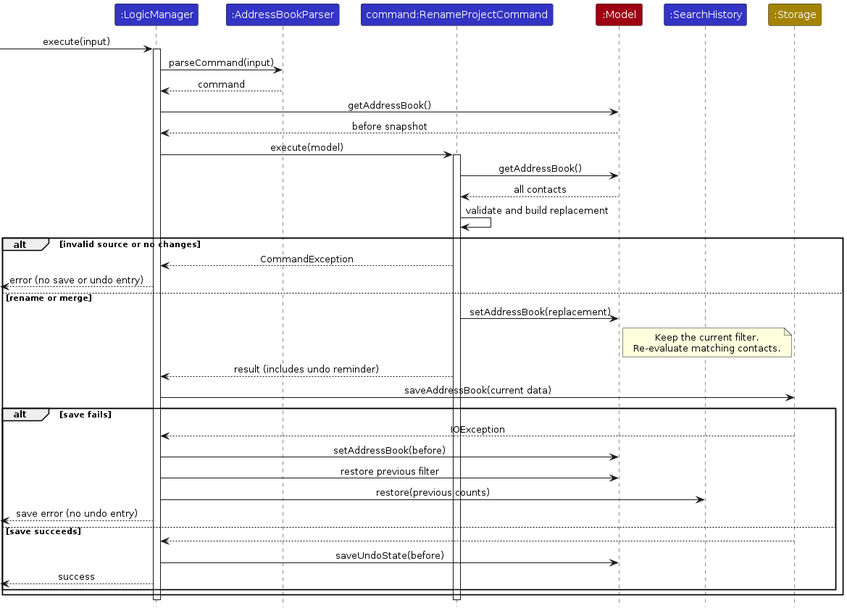
This is diagrams/RenameProjectSequenceDiagram.png from AY2627S1-CS2103T-W14-2/tp, a PlantUML export, as it was before one commit. Its source is kept beside it as diagrams/RenameProjectSequenceDiagram.puml.
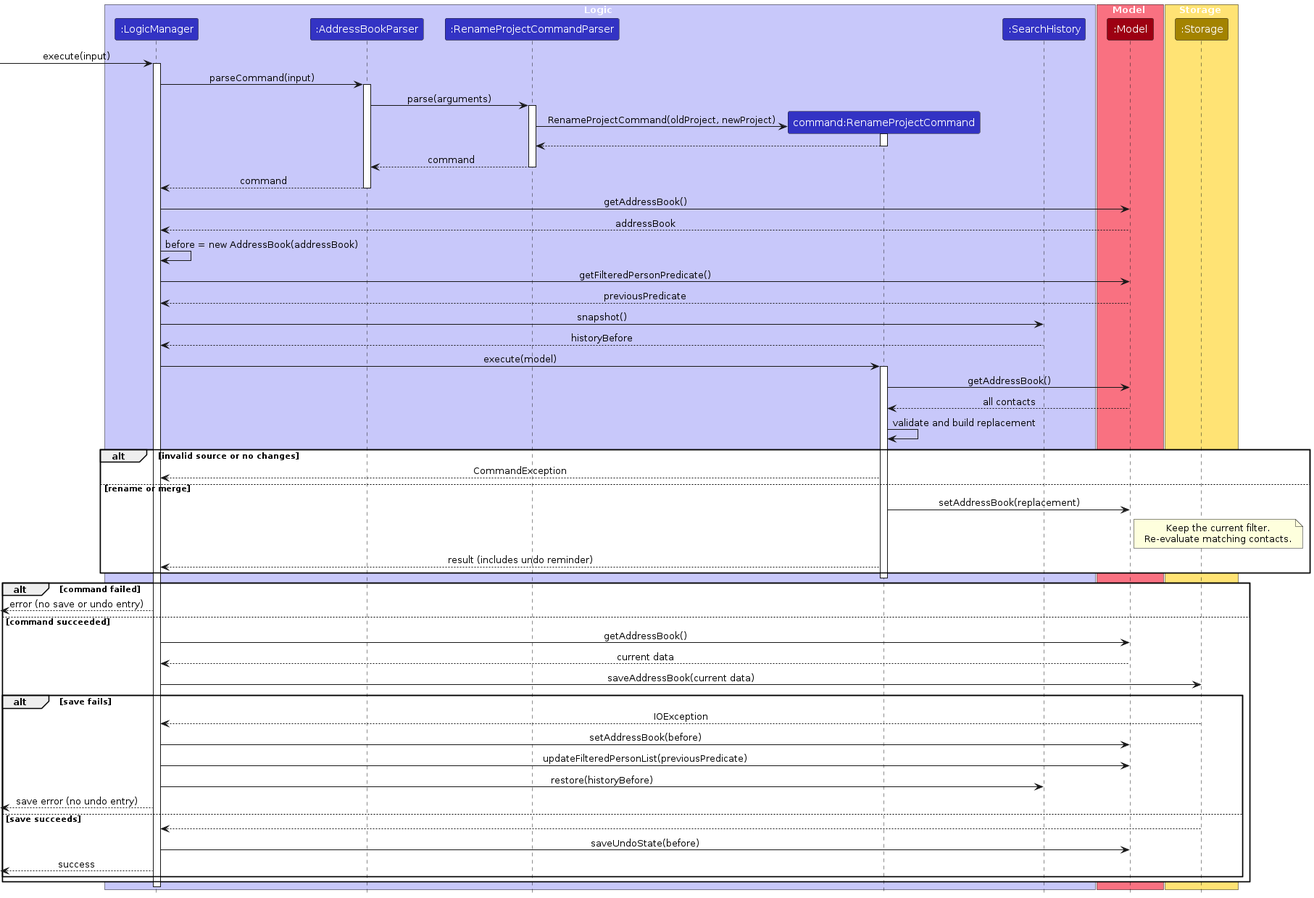
The same diagram one commit later.

Diff of the diagram source:
```diff
@@ -2,19 +2,44 @@
 !include style.puml
 skinparam ArrowFontStyle plain
 
+box Logic LOGIC_COLOR_T1
 participant ":LogicManager" as Logic LOGIC_COLOR
 participant ":AddressBookParser" as Parser LOGIC_COLOR
+participant ":RenameProjectCommandParser" as CommandParser LOGIC_COLOR
 participant "command:RenameProjectCommand" as Command LOGIC_COLOR
+participant ":SearchHistory" as SearchHistory LOGIC_COLOR
+end box
+
+box Model MODEL_COLOR_T1
 participant ":Model" as Model MODEL_COLOR
-participant ":SearchHistory" as SearchHistory LOGIC_COLOR
+end box
+
+box Storage STORAGE_COLOR_T1
 participant ":Storage" as Storage STORAGE_COLOR
+end box
 
 [-> Logic : execute(input)
 activate Logic
 Logic -> Parser : parseCommand(input)
+activate Parser
+Parser -> CommandParser : parse(arguments)
+activate CommandParser
+create Command
+CommandParser -> Command : RenameProjectCommand(oldProject, newProject)
+activate Command
+Command --> CommandParser
+deactivate Command
+CommandParser --> Parser : command
+deactivate CommandParser
 Parser --> Logic : command
+deactivate Parser
 Logic -> Model : getAddressBook()
-Model --> Logic : before snapshot
+Model --> Logic : addressBook
+Logic -> Logic : before = new AddressBook(addressBook)
+Logic -> Model : getFilteredPersonPredicate()
+Model --> Logic : previousPredicate
+Logic -> SearchHistory : snapshot()
+SearchHistory --> Logic : historyBefore
 Logic -> Command : execute(model)
 activate Command
 Command -> Model : getAddressBook()
@@ -22,7 +47,6 @@
 Command -> Command : validate and build replacement
 alt invalid source or no changes
     Command --> Logic : CommandException
-    [<-- Logic : error (no save or undo entry)
 else rename or merge
     Command -> Model : setAddressBook(replacement)
     note right of Model
@@ -30,12 +54,20 @@
         Re-evaluate matching contacts.
     end note
     Command --> Logic : result (includes undo reminder)
+end
+deactivate Command
+
+alt command failed
+    [<-- Logic : error (no save or undo entry)
+else command succeeded
+    Logic -> Model : getAddressBook()
+    Model --> Logic : current data
     Logic -> Storage : saveAddressBook(current data)
     alt save fails
         Storage --> Logic : IOException
         Logic -> Model : setAddressBook(before)
-        Logic -> Model : restore previous filter
-        Logic -> SearchHistory : restore(previous counts)
+        Logic -> Model : updateFilteredPersonList(previousPredicate)
+        Logic -> SearchHistory : restore(historyBefore)
         [<-- Logic : save error (no undo entry)
     else save succeeds
         Storage --> Logic
@@ -43,6 +75,5 @@
         [<-- Logic : success
     end
 end
-deactivate Command
 deactivate Logic
 @enduml
```
